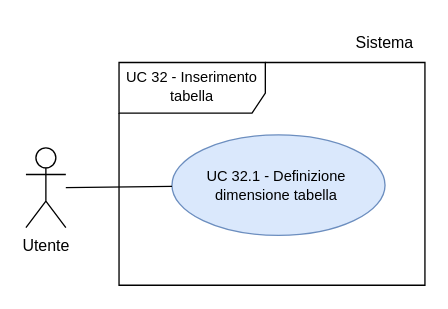
thebitless-group-swe/thebitless.github.io keeps this draw.io diagram as RTB/doc_esterna/analisi-dei-requisiti/assets/draw.io/UC32.1.drawio. Above is the earlier version. Source tidied: cells renumbered, new cells numbered last; positions are measured from the earlier drawing's top-left corner, leaving out a move shared by most shapes. Both pictures are drawn from the tidied source at 133%, with x=0, y=0 at pixel (25, 21).
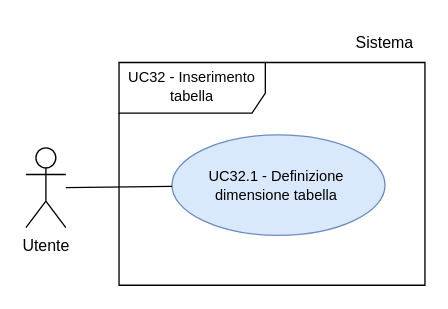
The same page after the edit.

Change to the diagram source:
```diff
@@
 <mxGraphModel>
   <root>
     <mxCell id="0" />
     <mxCell id="1" parent="0" />
     <mxCell id="2" value="Utente" style="shape=umlActor;verticalLabelPosition=bottom;verticalAlign=top;html=1;outlineConnect=0;fontSize=12;" parent="1" vertex="1">
       <mxGeometry y="94.7" width="30" height="60" as="geometry" />
     </mxCell>
-    <mxCell id="3" value="UC 32 - Inserimento tabella" style="shape=umlFrame;whiteSpace=wrap;html=1;width=110;height=38;fontSize=11;align=center;" parent="1" vertex="1">
+    <mxCell id="3" value="UC32 - Inserimento tabella" style="shape=umlFrame;whiteSpace=wrap;html=1;width=110;height=38;fontSize=11;align=center;" parent="1" vertex="1">
       <mxGeometry x="70" y="30.5" width="230" height="167.5" as="geometry" />
     </mxCell>
-    <mxCell id="4" value="&lt;div&gt;UC 32.1 - Definizione&amp;nbsp;&lt;/div&gt;&lt;div&gt;dimensione tabella&amp;nbsp;&lt;/div&gt;" style="ellipse;whiteSpace=wrap;html=1;fillColor=#dae8fc;strokeColor=#6c8ebf;fontSize=11;" parent="3" vertex="1">
+    <mxCell id="4" value="&lt;div&gt;UC32.1 - Definizione&amp;nbsp;&lt;/div&gt;&lt;div&gt;dimensione tabella&amp;nbsp;&lt;/div&gt;" style="ellipse;whiteSpace=wrap;html=1;fillColor=#dae8fc;strokeColor=#6c8ebf;fontSize=11;" parent="3" vertex="1">
       <mxGeometry x="39.8" y="54.4" width="160.2" height="75.6" as="geometry" />
     </mxCell>
     <mxCell id="5" style="edgeStyle=none;rounded=0;jettySize=auto;html=1;endArrow=none;endFill=0;" parent="1" edge="1" source="2" target="4">
       <mxGeometry relative="1" as="geometry" />
     </mxCell>
     <mxCell id="6" value="Sistema" style="text;html=1;whiteSpace=wrap;strokeColor=none;fillColor=none;align=center;verticalAlign=middle;rounded=0;" parent="1" vertex="1">
       <mxGeometry x="240" y="0.5" width="60" height="30" as="geometry" />
     </mxCell>
   </root>
 </mxGraphModel>
```
